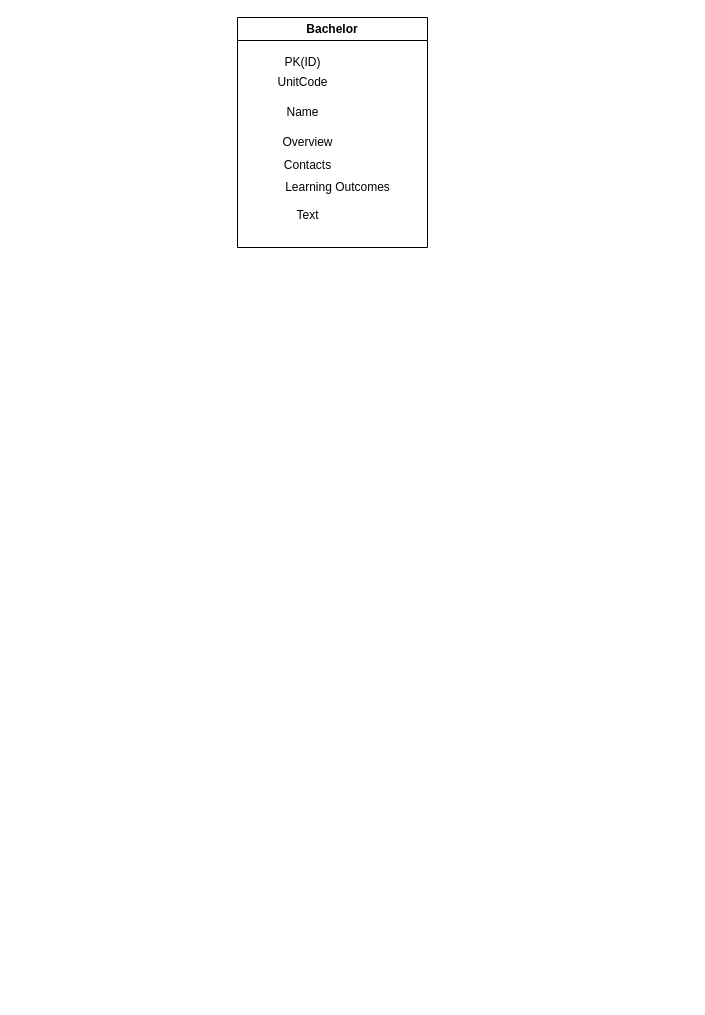
Trenty2/TS-tic-tac-toe keeps this draw.io diagram as Program.drawio. Above is the earlier version. Source tidied: cells renumbered, new cells numbered last; positions are measured from the earlier drawing's top-left corner, leaving out a move shared by most shapes. Both pictures are drawn from the tidied source at 100%, with x=0, y=0 at pixel (237, 17).
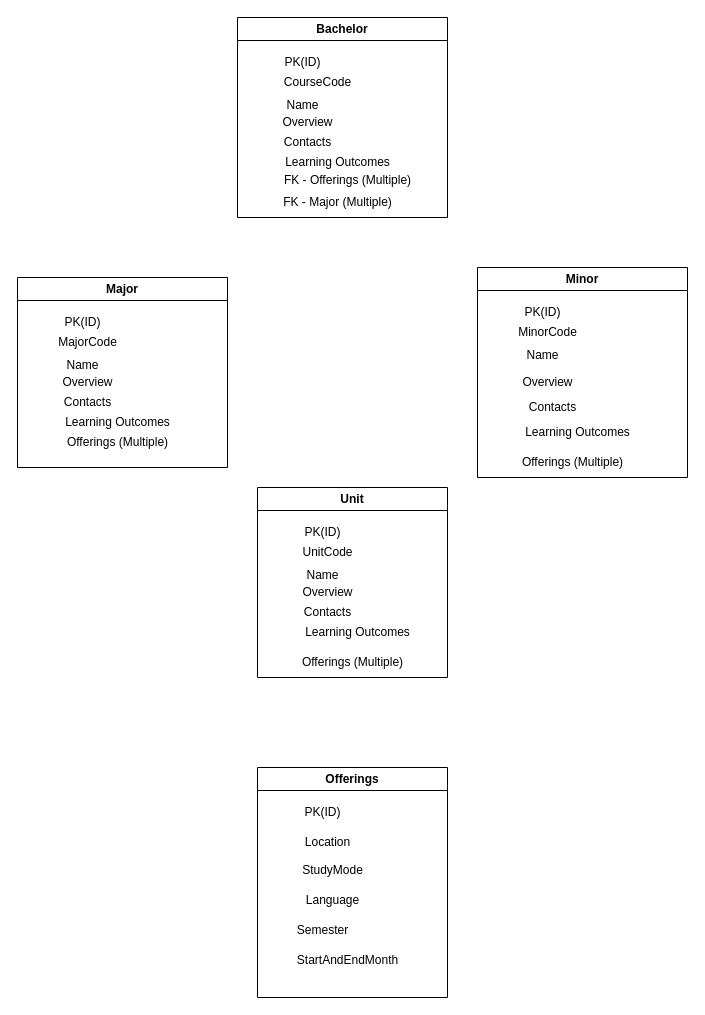
The same page after the edit.

Diff of the diagram source:
```diff
@@
     <mxCell id="2" value="Bachelor" style="swimlane;whiteSpace=wrap;html=1;" parent="1" vertex="1">
-      <mxGeometry width="190" height="230" as="geometry" />
+      <mxGeometry width="210" height="200" as="geometry" />
     </mxCell>
@@
     <mxCell id="4" value="Name" style="text;html=1;align=center;verticalAlign=middle;strokeColor=none;fillColor=none;" parent="2" vertex="1">
-      <mxGeometry x="35" y="80" width="60" height="30" as="geometry" />
+      <mxGeometry x="35" y="73" width="60" height="30" as="geometry" />
     </mxCell>
     <mxCell id="5" value="Overview" style="text;html=1;align=center;verticalAlign=middle;strokeColor=none;fillColor=none;" parent="2" vertex="1">
-      <mxGeometry x="35" y="110" width="70" height="30" as="geometry" />
+      <mxGeometry x="35" y="90" width="70" height="30" as="geometry" />
     </mxCell>
     <mxCell id="6" value="Contacts" style="text;html=1;align=center;verticalAlign=middle;strokeColor=none;fillColor=none;" parent="2" vertex="1">
-      <mxGeometry x="35" y="133" width="70" height="30" as="geometry" />
+      <mxGeometry x="35" y="110" width="70" height="30" as="geometry" />
     </mxCell>
     <mxCell id="7" value="Learning Outcomes" style="text;html=1;align=center;verticalAlign=middle;strokeColor=none;fillColor=none;" parent="2" vertex="1">
-      <mxGeometry x="35" y="155" width="130" height="30" as="geometry" />
+      <mxGeometry x="35" y="130" width="130" height="30" as="geometry" />
     </mxCell>
-    <mxCell id="8" value="Text" style="text;html=1;align=center;verticalAlign=middle;strokeColor=none;fillColor=none;" parent="2" vertex="1">
-      <mxGeometry x="45" y="183" width="50" height="30" as="geometry" />
+    <mxCell id="8" value="FK - Offerings (Multiple)" style="text;html=1;align=center;verticalAlign=middle;strokeColor=none;fillColor=none;" parent="2" vertex="1">
+      <mxGeometry x="35" y="148" width="150" height="30" as="geometry" />
     </mxCell>
-    <mxCell id="9" value="UnitCode" style="text;html=1;align=center;verticalAlign=middle;strokeColor=none;fillColor=none;" parent="2" vertex="1">
-      <mxGeometry x="30" y="50" width="70" height="30" as="geometry" />
+    <mxCell id="9" value="CourseCode" style="text;html=1;align=center;verticalAlign=middle;strokeColor=none;fillColor=none;" parent="2" vertex="1">
+      <mxGeometry x="35" y="50" width="90" height="30" as="geometry" />
     </mxCell>
+    <mxCell id="10" value="FK - Major (Multiple)" style="text;html=1;align=center;verticalAlign=middle;strokeColor=none;fillColor=none;" parent="2" vertex="1">
+      <mxGeometry x="35" y="170" width="130" height="30" as="geometry" />
+    </mxCell>
+    <mxCell id="11" value="Offerings" style="swimlane;whiteSpace=wrap;html=1;" parent="1" vertex="1">
+      <mxGeometry x="20" y="750" width="190" height="230" as="geometry" />
+    </mxCell>
+    <mxCell id="12" value="PK(ID)" style="text;html=1;align=center;verticalAlign=middle;strokeColor=none;fillColor=none;" parent="11" vertex="1">
+      <mxGeometry x="35" y="30" width="60" height="30" as="geometry" />
+    </mxCell>
+    <mxCell id="13" value="Location" style="text;html=1;align=center;verticalAlign=middle;strokeColor=none;fillColor=none;" parent="11" vertex="1">
+      <mxGeometry x="35" y="60" width="70" height="30" as="geometry" />
+    </mxCell>
+    <mxCell id="14" value="StudyMode" style="text;html=1;align=center;verticalAlign=middle;strokeColor=none;fillColor=none;" parent="11" vertex="1">
+      <mxGeometry x="35" y="88" width="80" height="30" as="geometry" />
+    </mxCell>
+    <mxCell id="15" value="Language" style="text;html=1;align=center;verticalAlign=middle;strokeColor=none;fillColor=none;" parent="11" vertex="1">
+      <mxGeometry x="35" y="118" width="80" height="30" as="geometry" />
+    </mxCell>
+    <mxCell id="16" value="Semester" style="text;html=1;align=center;verticalAlign=middle;strokeColor=none;fillColor=none;" parent="11" vertex="1">
+      <mxGeometry x="30" y="148" width="70" height="30" as="geometry" />
+    </mxCell>
+    <mxCell id="17" value="StartAndEndMonth" style="text;html=1;align=center;verticalAlign=middle;strokeColor=none;fillColor=none;" parent="11" vertex="1">
+      <mxGeometry x="30" y="178" width="120" height="30" as="geometry" />
+    </mxCell>
+    <mxCell id="18" value="Minor" style="swimlane;whiteSpace=wrap;html=1;" parent="1" vertex="1">
+      <mxGeometry x="240" y="250" width="210" height="210" as="geometry" />
+    </mxCell>
+    <mxCell id="19" value="PK(ID)" style="text;html=1;align=center;verticalAlign=middle;strokeColor=none;fillColor=none;" parent="18" vertex="1">
+      <mxGeometry x="35" y="30" width="60" height="30" as="geometry" />
+    </mxCell>
+    <mxCell id="20" value="Name" style="text;html=1;align=center;verticalAlign=middle;strokeColor=none;fillColor=none;" parent="18" vertex="1">
+      <mxGeometry x="35" y="73" width="60" height="30" as="geometry" />
+    </mxCell>
+    <mxCell id="21" value="Overview" style="text;html=1;align=center;verticalAlign=middle;strokeColor=none;fillColor=none;" parent="18" vertex="1">
+      <mxGeometry x="35" y="100" width="70" height="30" as="geometry" />
+    </mxCell>
+    <mxCell id="22" value="Contacts" style="text;html=1;align=center;verticalAlign=middle;strokeColor=none;fillColor=none;" parent="18" vertex="1">
+      <mxGeometry x="40" y="125" width="70" height="30" as="geometry" />
+    </mxCell>
+    <mxCell id="23" value="Learning Outcomes" style="text;html=1;align=center;verticalAlign=middle;strokeColor=none;fillColor=none;" parent="18" vertex="1">
+      <mxGeometry x="35" y="150" width="130" height="30" as="geometry" />
+    </mxCell>
+    <mxCell id="24" value="Offerings (Multiple)" style="text;html=1;align=center;verticalAlign=middle;strokeColor=none;fillColor=none;" parent="18" vertex="1">
+      <mxGeometry x="35" y="180" width="120" height="30" as="geometry" />
+    </mxCell>
+    <mxCell id="25" value="MinorCode" style="text;html=1;align=center;verticalAlign=middle;strokeColor=none;fillColor=none;" parent="18" vertex="1">
+      <mxGeometry x="30" y="50" width="80" height="30" as="geometry" />
+    </mxCell>
+    <mxCell id="26" value="Major" style="swimlane;whiteSpace=wrap;html=1;" parent="1" vertex="1">
+      <mxGeometry x="-220" y="260" width="210" height="190" as="geometry" />
+    </mxCell>
+    <mxCell id="27" value="PK(ID)" style="text;html=1;align=center;verticalAlign=middle;strokeColor=none;fillColor=none;" parent="26" vertex="1">
+      <mxGeometry x="35" y="30" width="60" height="30" as="geometry" />
+    </mxCell>
+    <mxCell id="28" value="Name" style="text;html=1;align=center;verticalAlign=middle;strokeColor=none;fillColor=none;" parent="26" vertex="1">
+      <mxGeometry x="35" y="73" width="60" height="30" as="geometry" />
+    </mxCell>
+    <mxCell id="29" value="Overview" style="text;html=1;align=center;verticalAlign=middle;strokeColor=none;fillColor=none;" parent="26" vertex="1">
+      <mxGeometry x="35" y="90" width="70" height="30" as="geometry" />
+    </mxCell>
+    <mxCell id="30" value="Contacts" style="text;html=1;align=center;verticalAlign=middle;strokeColor=none;fillColor=none;" parent="26" vertex="1">
+      <mxGeometry x="35" y="110" width="70" height="30" as="geometry" />
+    </mxCell>
+    <mxCell id="31" value="Learning Outcomes" style="text;html=1;align=center;verticalAlign=middle;strokeColor=none;fillColor=none;" parent="26" vertex="1">
+      <mxGeometry x="35" y="130" width="130" height="30" as="geometry" />
+    </mxCell>
+    <mxCell id="32" value="Offerings (Multiple)" style="text;html=1;align=center;verticalAlign=middle;strokeColor=none;fillColor=none;" parent="26" vertex="1">
+      <mxGeometry x="40" y="150" width="120" height="30" as="geometry" />
+    </mxCell>
+    <mxCell id="33" value="MajorCode" style="text;html=1;align=center;verticalAlign=middle;strokeColor=none;fillColor=none;" parent="26" vertex="1">
+      <mxGeometry x="30" y="50" width="80" height="30" as="geometry" />
+    </mxCell>
+    <mxCell id="34" value="Unit" style="swimlane;whiteSpace=wrap;html=1;" parent="1" vertex="1">
+      <mxGeometry x="20" y="470" width="190" height="190" as="geometry" />
+    </mxCell>
+    <mxCell id="35" value="PK(ID)" style="text;html=1;align=center;verticalAlign=middle;strokeColor=none;fillColor=none;" parent="34" vertex="1">
+      <mxGeometry x="35" y="30" width="60" height="30" as="geometry" />
+    </mxCell>
+    <mxCell id="36" value="Name" style="text;html=1;align=center;verticalAlign=middle;strokeColor=none;fillColor=none;" parent="34" vertex="1">
+      <mxGeometry x="35" y="73" width="60" height="30" as="geometry" />
+    </mxCell>
+    <mxCell id="37" value="Overview" style="text;html=1;align=center;verticalAlign=middle;strokeColor=none;fillColor=none;" parent="34" vertex="1">
+      <mxGeometry x="35" y="90" width="70" height="30" as="geometry" />
+    </mxCell>
+    <mxCell id="38" value="Contacts" style="text;html=1;align=center;verticalAlign=middle;strokeColor=none;fillColor=none;" parent="34" vertex="1">
+      <mxGeometry x="35" y="110" width="70" height="30" as="geometry" />
+    </mxCell>
+    <mxCell id="39" value="Learning Outcomes" style="text;html=1;align=center;verticalAlign=middle;strokeColor=none;fillColor=none;" parent="34" vertex="1">
+      <mxGeometry x="35" y="130" width="130" height="30" as="geometry" />
+    </mxCell>
+    <mxCell id="40" value="Offerings (Multiple)" style="text;html=1;align=center;verticalAlign=middle;strokeColor=none;fillColor=none;" parent="34" vertex="1">
+      <mxGeometry x="35" y="160" width="120" height="30" as="geometry" />
+    </mxCell>
+    <mxCell id="41" value="UnitCode" style="text;html=1;align=center;verticalAlign=middle;strokeColor=none;fillColor=none;" parent="34" vertex="1">
+      <mxGeometry x="35" y="50" width="70" height="30" as="geometry" />
+    </mxCell>
```
